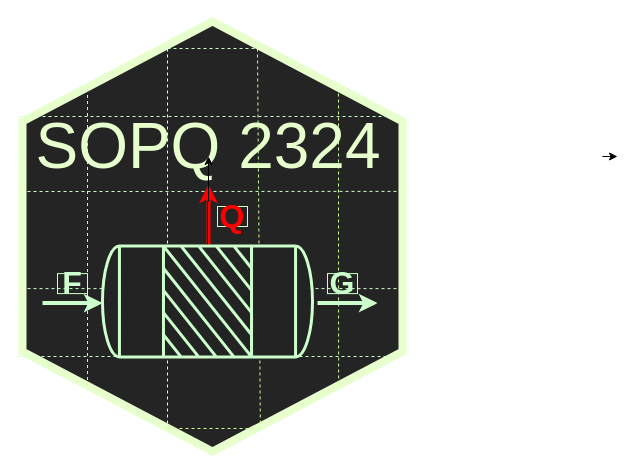
anxosanchez/SOPQ2425 keeps this draw.io diagram as imaxes/logo.drawio. Above is the earlier version. Source tidied: cells renumbered, new cells numbered last; positions are measured from the earlier drawing's top-left corner, leaving out a move shared by most shapes. Both pictures are drawn from the tidied source at 100%, with x=0, y=0 at pixel (-3, 46).
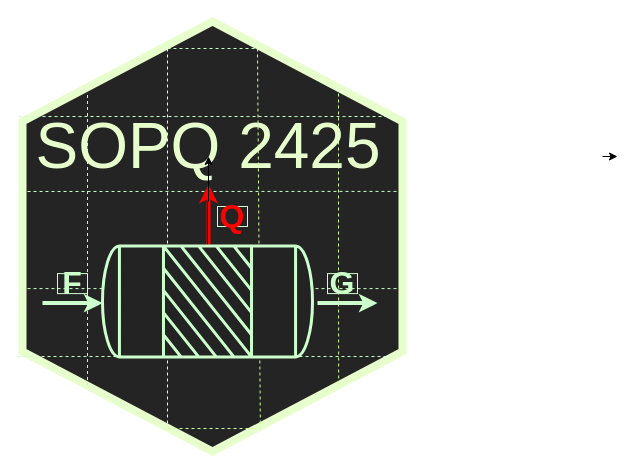
The same diagram, later.

What changed in the source:
```diff
@@
-    <mxCell id="11" value="SOPQ 2324" style="text;strokeColor=none;align=center;fillColor=none;html=1;verticalAlign=middle;whiteSpace=wrap;rounded=0;strokeWidth=1;fontSize=64;fontStyle=0;fontColor=#E6FFCC;fontFamily=Helvetica;" parent="1" vertex="1">
+    <mxCell id="11" value="SOPQ 2425" style="text;strokeColor=none;align=center;fillColor=none;html=1;verticalAlign=middle;whiteSpace=wrap;rounded=0;strokeWidth=1;fontSize=64;fontStyle=0;fontColor=#E6FFCC;fontFamily=Helvetica;" parent="1" vertex="1">
       <mxGeometry x="36" y="90" width="350" height="20" as="geometry" />
     </mxCell>
```
